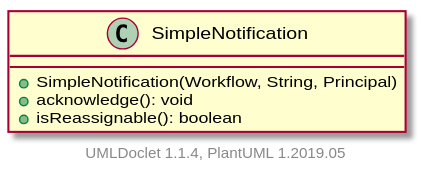
Earlier version of the PlantUML export apidocs/2.11.0.M7-SNAPSHOT/org/apache/wiki/workflow/SimpleNotification.svg (apache/jspwiki-site). Its diagram source:
```plantuml
@startuml

    class SimpleNotification [[SimpleNotification.html]] {
        +SimpleNotification(Workflow, String, Principal)
        +acknowledge(): void
        +isReassignable(): boolean
    }


    center footer UMLDoclet 1.1.4, PlantUML 1.2019.05
@enduml
```
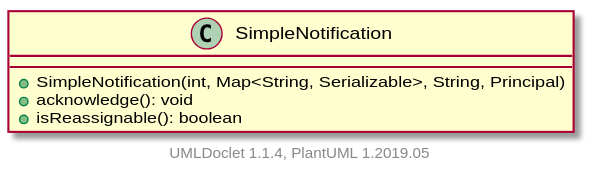
The same diagram one commit later.

Diff of the diagram source:
```diff
@@ -1,7 +1,7 @@
 @startuml
 
     class SimpleNotification [[SimpleNotification.html]] {
-        +SimpleNotification(Workflow, String, Principal)
+        +SimpleNotification(int, Map<String, Serializable>, String, Principal)
         +acknowledge(): void
         +isReassignable(): boolean
     }
```
